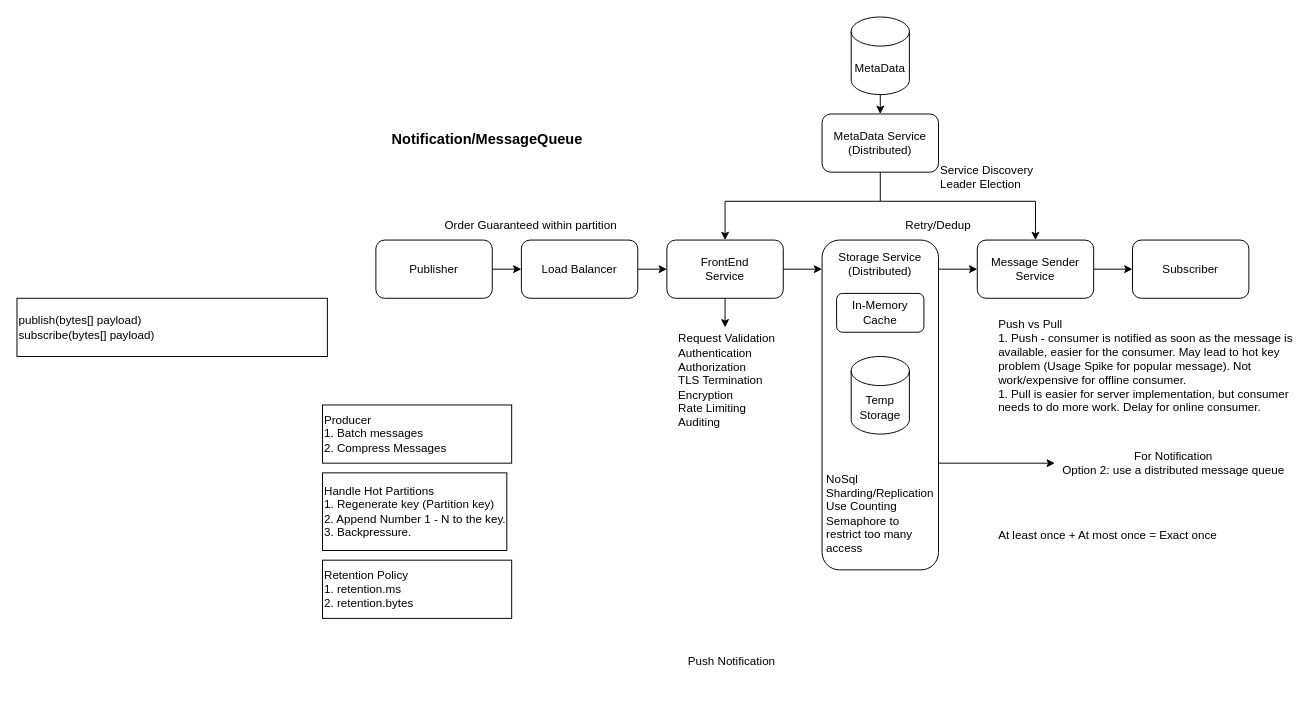
Earlier version of the draw.io diagram 1_Notification_MessageQ.drawio (xwq172677170/SysdDiagram). Source tidied: cells renumbered, new cells numbered last; positions are measured from the earlier drawing's top-left corner, leaving out a move shared by most shapes. Both pictures are drawn from the tidied source at 97%, with x=0, y=0 at pixel (16, 16).
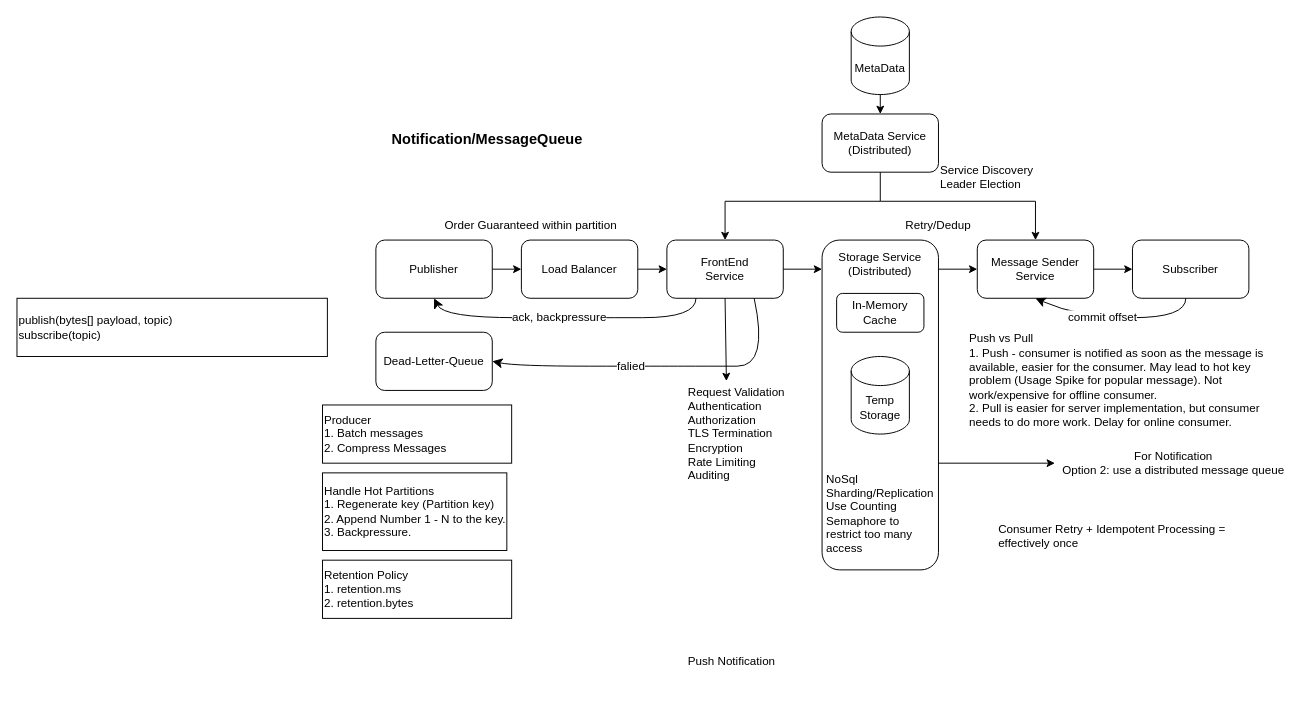
Above is the later version.

Unchanged cells that the change refers to:
```xml
<mxCell id="2" value="Publisher" style="rounded=1;whiteSpace=wrap;html=1;" parent="1" vertex="1">
  <mxGeometry x="370" y="230" width="120" height="60" as="geometry" />
</mxCell>
<mxCell id="5" value="FrontEnd&lt;br&gt;Service" style="rounded=1;whiteSpace=wrap;html=1;" parent="1" vertex="1">
  <mxGeometry x="670" y="230" width="120" height="60" as="geometry" />
</mxCell>
<mxCell id="14" value="Message Sender Service" style="rounded=1;whiteSpace=wrap;html=1;" parent="1" vertex="1">
  <mxGeometry x="990" y="230" width="120" height="60" as="geometry" />
</mxCell>
```

The edit, as a diff of the source:
```diff
@@
-    <mxCell id="10" style="endArrow=classic;html=1;rounded=0;exitX=0.5;exitY=1;exitDx=0;exitDy=0;" parent="1" edge="1" source="5">
-      <mxGeometry relative="1" as="geometry">
-        <mxPoint x="730" y="320" as="targetPoint" />
-      </mxGeometry>
+    <mxCell id="10" style="endArrow=classic;html=1;rounded=0;exitX=0.5;exitY=1;exitDx=0;exitDy=0;entryX=0.376;entryY=0.003;entryDx=0;entryDy=0;entryPerimeter=0;" parent="1" edge="1" source="5" target="11">
+      <mxGeometry relative="1" as="geometry" />
     </mxCell>
     <mxCell id="11" value="Request Validation&lt;br&gt;Authentication&lt;br&gt;Authorization&lt;br&gt;TLS Termination&lt;br&gt;Encryption&lt;br&gt;Rate Limiting&lt;br&gt;Auditing" style="text;html=1;strokeColor=none;fillColor=none;align=left;verticalAlign=middle;whiteSpace=wrap;rounded=0;" parent="1" vertex="1">
-      <mxGeometry x="680" y="320" width="110" height="110" as="geometry" />
+      <mxGeometry x="690" y="375" width="110" height="110" as="geometry" />
     </mxCell>
@@
-    <mxCell id="25" value="Push vs Pull&lt;br&gt;1. Push - consumer is notified as soon as the message is available, easier for the consumer. May lead to hot key problem (Usage Spike for popular message). Not work/expensive for offline consumer.&lt;br&gt;1. Pull is easier for server implementation, but consumer needs to do more work. Delay for online consumer." style="text;html=1;strokeColor=none;fillColor=none;align=left;verticalAlign=middle;whiteSpace=wrap;rounded=0;" parent="1" vertex="1">
-      <mxGeometry x="1010" y="290" width="310" height="140" as="geometry" />
+    <mxCell id="25" value="Push vs Pull&lt;br&gt;1. Push - consumer is notified as soon as the message is available, easier for the consumer. May lead to hot key problem (Usage Spike for popular message). Not work/expensive for offline consumer.&lt;br&gt;2. Pull is easier for server implementation, but consumer needs to do more work. Delay for online consumer." style="text;html=1;strokeColor=none;fillColor=none;align=left;verticalAlign=middle;whiteSpace=wrap;rounded=0;" parent="1" vertex="1">
+      <mxGeometry x="980" y="305" width="310" height="140" as="geometry" />
     </mxCell>
@@
-    <mxCell id="31" value="At least once + At most once = Exact once" style="text;html=1;strokeColor=none;fillColor=none;align=left;verticalAlign=middle;whiteSpace=wrap;rounded=0;" parent="1" vertex="1">
+    <mxCell id="31" value="Consumer Retry + Idempotent Processing = effectively once" style="text;html=1;strokeColor=none;fillColor=none;align=left;verticalAlign=middle;whiteSpace=wrap;rounded=0;" parent="1" vertex="1">
       <mxGeometry x="1010" y="520" width="240" height="30" as="geometry" />
     </mxCell>
@@
-    <mxCell id="35" value="publish(bytes[] payload)&lt;div&gt;subscribe(bytes[] payload)&lt;/div&gt;" style="rounded=0;whiteSpace=wrap;html=1;align=left;" parent="1" vertex="1">
+    <mxCell id="35" value="publish(bytes[] payload, topic)&lt;div&gt;subscribe(topic)&lt;/div&gt;" style="rounded=0;whiteSpace=wrap;html=1;align=left;" parent="1" vertex="1">
       <mxGeometry y="290" width="320" height="60" as="geometry" />
     </mxCell>
@@
+    <mxCell id="37" style="endArrow=classic;html=1;rounded=0;fontSize=12;startSize=8;endSize=8;curved=1;entryX=0.5;entryY=1;entryDx=0;entryDy=0;exitX=0.25;exitY=1;exitDx=0;exitDy=0;" parent="1" edge="1" source="5" target="2">
+      <mxGeometry x="0.06" y="1.58" relative="1" as="geometry">
+        <Array as="points">
+          <mxPoint x="700" y="310" />
+          <mxPoint x="590" y="310" />
+          <mxPoint x="440" y="310" />
+        </Array>
+      </mxGeometry>
+    </mxCell>
+    <mxCell id="38" value="ack, backpressure" style="edgeLabel;html=1;align=center;verticalAlign=middle;fontSize=12;" parent="37" vertex="1">
+      <mxGeometry x="0.07" y="-1" relative="1" as="geometry" />
+    </mxCell>
+    <mxCell id="39" style="endArrow=classic;html=1;rounded=0;fontSize=12;startSize=8;endSize=8;curved=1;entryX=0.5;entryY=1;entryDx=0;entryDy=0;exitX=0.25;exitY=1;exitDx=0;exitDy=0;" parent="1" edge="1" target="14">
+      <mxGeometry x="0.17" y="1.58" relative="1" as="geometry">
+        <mxPoint x="1205" y="290" as="sourcePoint" />
+        <Array as="points">
+          <mxPoint x="1205" y="310" />
+          <mxPoint x="1095" y="310" />
+        </Array>
+      </mxGeometry>
+    </mxCell>
+    <mxCell id="40" value="commit offset" style="edgeLabel;html=1;align=center;verticalAlign=middle;fontSize=12;" parent="39" vertex="1">
+      <mxGeometry x="0.19" y="-1" relative="1" as="geometry" />
+    </mxCell>
+    <mxCell id="41" value="Dead-Letter-Queue" style="rounded=1;whiteSpace=wrap;html=1;" parent="1" vertex="1">
+      <mxGeometry x="370" y="325" width="120" height="60" as="geometry" />
+    </mxCell>
+    <mxCell id="42" style="endArrow=classic;html=1;rounded=0;fontSize=12;startSize=8;endSize=8;curved=1;entryX=1;entryY=0.5;entryDx=0;entryDy=0;exitX=0.75;exitY=1;exitDx=0;exitDy=0;" parent="1" edge="1" source="5" target="41">
+      <mxGeometry x="0.19" y="1.58" relative="1" as="geometry">
+        <Array as="points">
+          <mxPoint x="775" y="360" />
+          <mxPoint x="710" y="360" />
+          <mxPoint x="665" y="360" />
+          <mxPoint x="515" y="360" />
+        </Array>
+      </mxGeometry>
+    </mxCell>
+    <mxCell id="43" value="falied" style="edgeLabel;html=1;align=center;verticalAlign=middle;fontSize=12;" parent="42" vertex="1">
+      <mxGeometry x="0.2" y="-1" relative="1" as="geometry" />
+    </mxCell>
```
